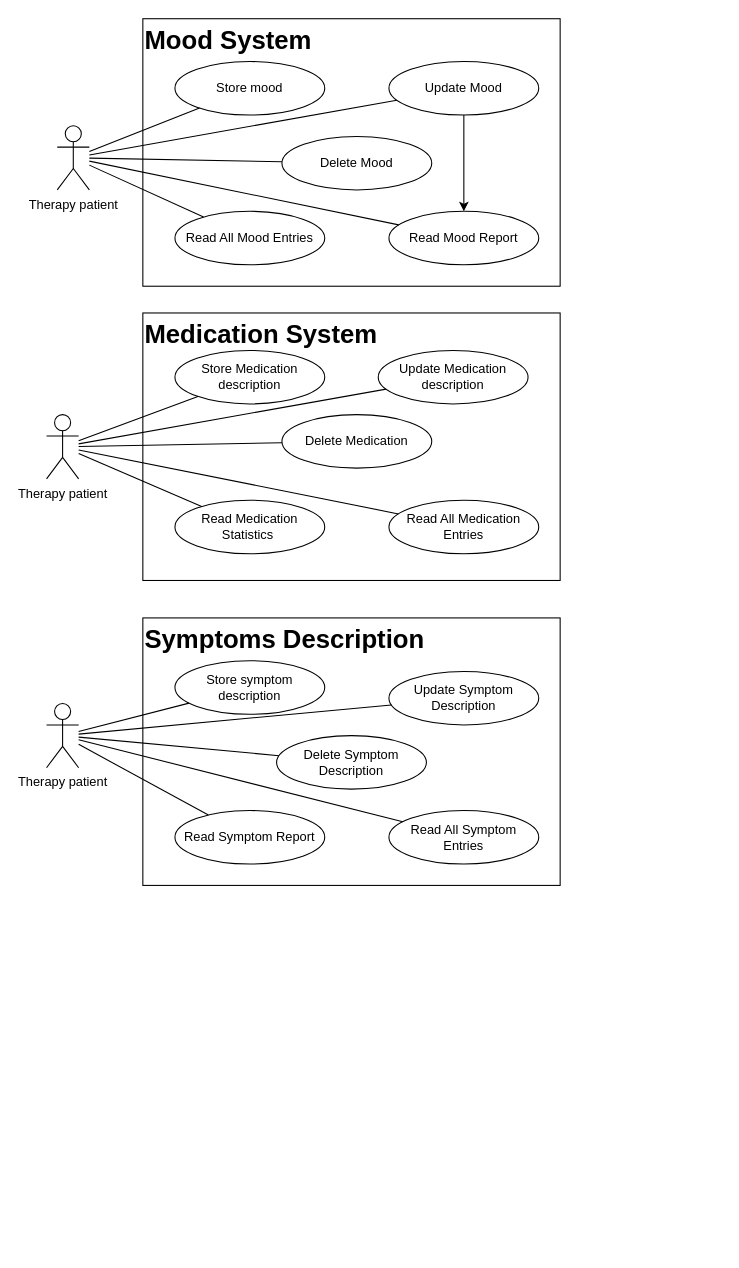
This is page "UseCaseV1" (2 of 12) of cs4471_group_project.drawio from Jon-AL/4471---Therapy-Support-App, a draw.io file, before an edit. Source tidied: cells renumbered, new cells numbered last; positions are measured from the earlier drawing's top-left corner, leaving out a move shared by most shapes. Both pictures are drawn from the tidied source at 107%, with x=0, y=0 at pixel (46, 18).
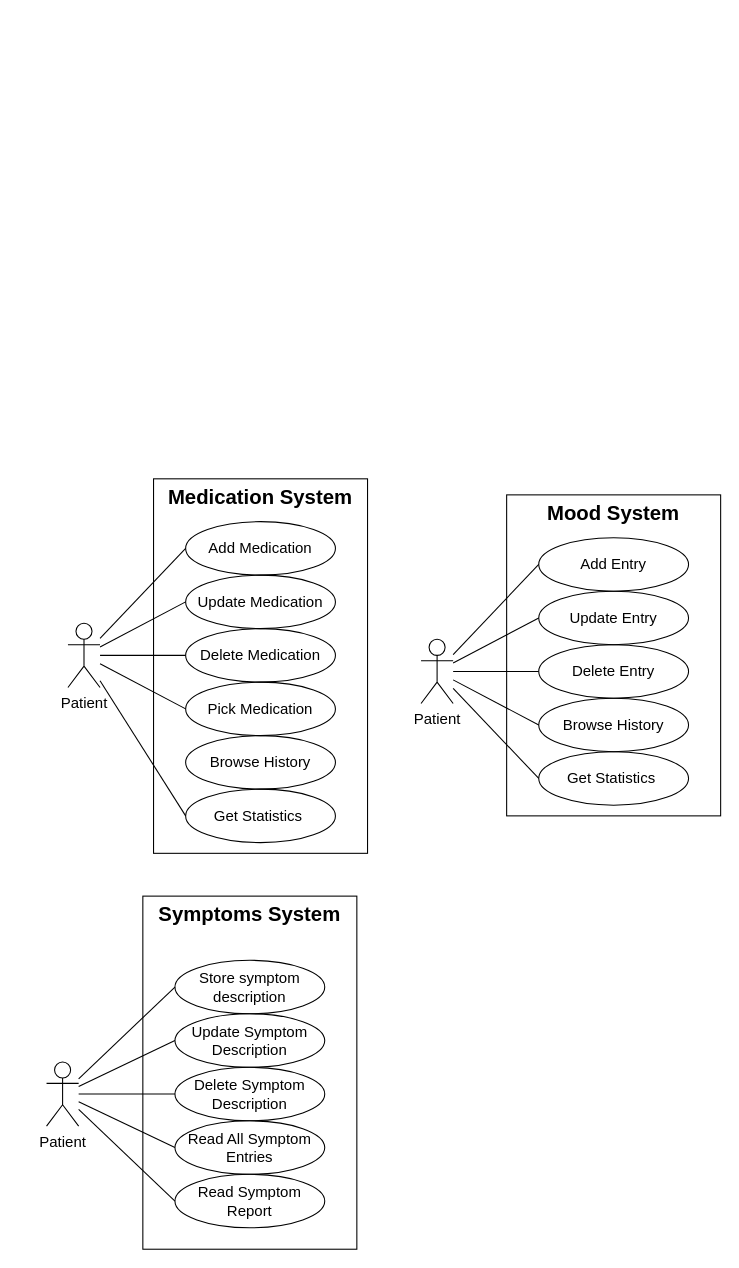
The same page after the edit.

What changed in the source:
```diff
@@
-    <mxCell id="2" value="&lt;span style=&quot;font-weight: 700 ; font-size: 24px ; font-family: &amp;#34;helvetica&amp;#34;&quot;&gt;Symptoms Description&lt;/span&gt;" style="rounded=0;whiteSpace=wrap;html=1;verticalAlign=top;align=left;labelPosition=center;verticalLabelPosition=middle;fillColor=none;" parent="1" vertex="1">
-      <mxGeometry x="90" y="560" width="390" height="250" as="geometry" />
+    <mxCell id="2" value="&lt;span style=&quot;font-weight: 700 ; font-size: 19px ; font-family: &amp;#34;helvetica&amp;#34;&quot;&gt;Symptoms System&lt;/span&gt;" style="rounded=0;whiteSpace=wrap;html=1;verticalAlign=top;align=center;labelPosition=center;verticalLabelPosition=middle;fillColor=none;fontSize=19;" parent="1" vertex="1">
+      <mxGeometry x="90" y="820" width="200" height="330" as="geometry" />
     </mxCell>
-    <mxCell id="3" value="&lt;span style=&quot;font-family: &amp;#34;helvetica&amp;#34; ; font-size: 24px ; font-weight: 700&quot;&gt;Medication System&lt;/span&gt;" style="rounded=0;whiteSpace=wrap;html=1;verticalAlign=top;align=left;labelPosition=center;verticalLabelPosition=middle;fillColor=none;" parent="1" vertex="1">
-      <mxGeometry x="90" y="275" width="390" height="250" as="geometry" />
+    <mxCell id="3" value="&lt;span style=&quot;font-family: helvetica; font-size: 19px; font-weight: 700;&quot;&gt;Medication System&lt;/span&gt;" style="rounded=0;whiteSpace=wrap;html=1;verticalAlign=top;align=center;labelPosition=center;verticalLabelPosition=middle;fillColor=none;fontSize=19;" parent="1" vertex="1">
+      <mxGeometry x="100" y="430" width="200" height="350" as="geometry" />
     </mxCell>
-    <mxCell id="4" value="Therapy patient" style="shape=umlActor;verticalLabelPosition=bottom;verticalAlign=top;html=1;outlineConnect=0;" parent="1" vertex="1">
-      <mxGeometry x="10" y="100" width="30" height="60" as="geometry" />
-    </mxCell>
-    <mxCell id="5" value="&lt;span style=&quot;font-family: &amp;quot;helvetica&amp;quot; ; font-size: 24px ; font-weight: 700&quot;&gt;Mood System&lt;br&gt;&lt;/span&gt;" style="rounded=0;whiteSpace=wrap;html=1;verticalAlign=top;align=left;labelPosition=center;verticalLabelPosition=middle;" parent="1" vertex="1">
-      <mxGeometry x="90" width="390" height="250" as="geometry" />
-    </mxCell>
-    <mxCell id="6" value="Store mood" style="ellipse;whiteSpace=wrap;html=1;" parent="1" vertex="1">
-      <mxGeometry x="120" y="40" width="140" height="50" as="geometry" />
-    </mxCell>
-    <mxCell id="7" value="Delete Mood" style="ellipse;whiteSpace=wrap;html=1;" parent="1" vertex="1">
-      <mxGeometry x="220" y="110" width="140" height="50" as="geometry" />
-    </mxCell>
-    <mxCell id="8" style="edgeStyle=orthogonalEdgeStyle;rounded=0;jettySize=auto;html=1;" parent="1" edge="1" source="9" target="15">
-      <mxGeometry relative="1" as="geometry" />
-    </mxCell>
-    <mxCell id="9" value="Update Mood" style="ellipse;whiteSpace=wrap;html=1;" parent="1" vertex="1">
-      <mxGeometry x="320" y="40" width="140" height="50" as="geometry" />
-    </mxCell>
-    <mxCell id="10" value="&lt;div&gt;Read All Mood Entries&lt;br&gt;&lt;/div&gt;" style="ellipse;whiteSpace=wrap;html=1;" parent="1" vertex="1">
-      <mxGeometry x="120" y="180" width="140" height="50" as="geometry" />
-    </mxCell>
-    <mxCell id="11" style="endArrow=none;html=1;rounded=0;" parent="1" edge="1" source="4" target="6">
-      <mxGeometry relative="1" as="geometry" />
-    </mxCell>
-    <mxCell id="12" style="endArrow=none;html=1;rounded=0;" parent="1" edge="1" source="4" target="9">
-      <mxGeometry relative="1" as="geometry" />
-    </mxCell>
-    <mxCell id="13" style="endArrow=none;html=1;rounded=0;" parent="1" edge="1" source="4" target="7">
-      <mxGeometry relative="1" as="geometry" />
-    </mxCell>
-    <mxCell id="14" style="endArrow=none;html=1;rounded=0;" parent="1" edge="1" source="4" target="10">
-      <mxGeometry relative="1" as="geometry" />
-    </mxCell>
-    <mxCell id="15" value="Read Mood Report" style="ellipse;whiteSpace=wrap;html=1;" parent="1" vertex="1">
-      <mxGeometry x="320" y="180" width="140" height="50" as="geometry" />
-    </mxCell>
-    <mxCell id="16" style="endArrow=none;html=1;rounded=0;" parent="1" edge="1" source="15" target="4">
-      <mxGeometry relative="1" as="geometry" />
-    </mxCell>
-    <mxCell id="17" value="Therapy patient" style="shape=umlActor;verticalLabelPosition=bottom;verticalAlign=top;html=1;outlineConnect=0;fillColor=none;" parent="1" vertex="1">
-      <mxGeometry y="370" width="30" height="60" as="geometry" />
+    <mxCell id="17" value="Patient" style="shape=umlActor;verticalLabelPosition=bottom;verticalAlign=top;html=1;outlineConnect=0;fillColor=none;fontSize=14;" parent="1" vertex="1">
+      <mxGeometry x="20" y="565" width="30" height="60" as="geometry" />
     </mxCell>
-    <mxCell id="18" value="Store Medication&lt;br&gt;description" style="ellipse;whiteSpace=wrap;html=1;fillColor=none;" parent="1" vertex="1">
-      <mxGeometry x="120" y="310" width="140" height="50" as="geometry" />
+    <mxCell id="18" value="Add Medication" style="ellipse;whiteSpace=wrap;html=1;fillColor=none;fontSize=14;" parent="1" vertex="1">
+      <mxGeometry x="130" y="470" width="140" height="50" as="geometry" />
     </mxCell>
-    <mxCell id="19" value="Delete Medication" style="ellipse;whiteSpace=wrap;html=1;fillColor=none;" parent="1" vertex="1">
-      <mxGeometry x="220" y="370" width="140" height="50" as="geometry" />
+    <mxCell id="19" value="Delete Medication" style="ellipse;whiteSpace=wrap;html=1;fillColor=none;fontSize=14;" parent="1" vertex="1">
+      <mxGeometry x="130" y="570" width="140" height="50" as="geometry" />
     </mxCell>
-    <mxCell id="20" value="Update Medication&lt;br&gt;description" style="ellipse;whiteSpace=wrap;html=1;fillColor=none;" parent="1" vertex="1">
-      <mxGeometry x="310" y="310" width="140" height="50" as="geometry" />
+    <mxCell id="20" value="Update Medication" style="ellipse;whiteSpace=wrap;html=1;fillColor=none;fontSize=14;" parent="1" vertex="1">
+      <mxGeometry x="130" y="520" width="140" height="50" as="geometry" />
     </mxCell>
-    <mxCell id="21" value="&lt;div&gt;Read All Medication Entries&lt;br&gt;&lt;/div&gt;" style="ellipse;whiteSpace=wrap;html=1;fillColor=none;" parent="1" vertex="1">
-      <mxGeometry x="320" y="450" width="140" height="50" as="geometry" />
+    <mxCell id="21" value="&lt;div style=&quot;font-size: 14px&quot;&gt;Pick Medication&lt;br style=&quot;font-size: 14px&quot;&gt;&lt;/div&gt;" style="ellipse;whiteSpace=wrap;html=1;fillColor=none;fontSize=14;" parent="1" vertex="1">
+      <mxGeometry x="130" y="620" width="140" height="50" as="geometry" />
     </mxCell>
-    <mxCell id="22" style="endArrow=none;html=1;rounded=0;fillColor=none;" parent="1" edge="1" source="17" target="18">
+    <mxCell id="22" style="endArrow=none;html=1;rounded=0;fillColor=none;entryX=0;entryY=0.5;entryDx=0;entryDy=0;fontSize=14;" parent="1" edge="1" source="17" target="18">
       <mxGeometry relative="1" as="geometry" />
     </mxCell>
-    <mxCell id="23" style="endArrow=none;html=1;rounded=0;fillColor=none;" parent="1" edge="1" source="17" target="20">
+    <mxCell id="23" style="endArrow=none;html=1;rounded=0;fillColor=none;entryX=0;entryY=0.5;entryDx=0;entryDy=0;fontSize=14;" parent="1" edge="1" source="17" target="20">
       <mxGeometry relative="1" as="geometry" />
     </mxCell>
-    <mxCell id="24" style="endArrow=none;html=1;rounded=0;fillColor=none;" parent="1" edge="1" source="17" target="19">
+    <mxCell id="24" style="endArrow=none;html=1;rounded=0;fillColor=none;entryX=0;entryY=0.5;entryDx=0;entryDy=0;fontSize=14;" parent="1" edge="1" source="17" target="19">
       <mxGeometry relative="1" as="geometry" />
     </mxCell>
-    <mxCell id="25" style="endArrow=none;html=1;rounded=0;fillColor=none;" parent="1" edge="1" source="17" target="21">
+    <mxCell id="25" style="endArrow=none;html=1;rounded=0;fillColor=none;entryX=0;entryY=0.5;entryDx=0;entryDy=0;fontSize=14;" parent="1" edge="1" source="17" target="21">
       <mxGeometry relative="1" as="geometry" />
     </mxCell>
-    <mxCell id="26" value="Read Medication Statistics&amp;nbsp;" style="ellipse;whiteSpace=wrap;html=1;fillColor=none;" parent="1" vertex="1">
-      <mxGeometry x="120" y="450" width="140" height="50" as="geometry" />
+    <mxCell id="26" value="Get Statistics&amp;nbsp;" style="ellipse;whiteSpace=wrap;html=1;fillColor=none;fontSize=14;" parent="1" vertex="1">
+      <mxGeometry x="130" y="720" width="140" height="50" as="geometry" />
     </mxCell>
-    <mxCell id="27" style="endArrow=none;html=1;rounded=0;fillColor=none;" parent="1" edge="1" source="26" target="17">
+    <mxCell id="27" style="endArrow=none;html=1;rounded=0;fillColor=none;exitX=0;exitY=0.5;exitDx=0;exitDy=0;fontSize=14;" parent="1" edge="1" source="26" target="17">
       <mxGeometry relative="1" as="geometry" />
     </mxCell>
-    <mxCell id="28" value="Therapy patient" style="shape=umlActor;verticalLabelPosition=bottom;verticalAlign=top;html=1;outlineConnect=0;fillColor=none;" parent="1" vertex="1">
-      <mxGeometry y="640" width="30" height="60" as="geometry" />
+    <mxCell id="28" value="Patient" style="shape=umlActor;verticalLabelPosition=bottom;verticalAlign=top;html=1;outlineConnect=0;fillColor=none;fontSize=14;" parent="1" vertex="1">
+      <mxGeometry y="975" width="30" height="60" as="geometry" />
     </mxCell>
-    <mxCell id="29" value="Store symptom description" style="ellipse;whiteSpace=wrap;html=1;fillColor=none;" parent="1" vertex="1">
-      <mxGeometry x="120" y="600" width="140" height="50" as="geometry" />
+    <mxCell id="29" value="Store symptom description" style="ellipse;whiteSpace=wrap;html=1;fillColor=none;fontSize=14;" parent="1" vertex="1">
+      <mxGeometry x="120" y="880" width="140" height="50" as="geometry" />
     </mxCell>
-    <mxCell id="30" value="Delete Symptom&lt;br&gt;Description" style="ellipse;whiteSpace=wrap;html=1;fillColor=none;" parent="1" vertex="1">
-      <mxGeometry x="215" y="670" width="140" height="50" as="geometry" />
+    <mxCell id="30" value="Delete Symptom&lt;br style=&quot;font-size: 14px;&quot;&gt;Description" style="ellipse;whiteSpace=wrap;html=1;fillColor=none;fontSize=14;" parent="1" vertex="1">
+      <mxGeometry x="120" y="980" width="140" height="50" as="geometry" />
     </mxCell>
-    <mxCell id="31" value="Update Symptom&lt;br&gt;Description" style="ellipse;whiteSpace=wrap;html=1;fillColor=none;" parent="1" vertex="1">
-      <mxGeometry x="320" y="610" width="140" height="50" as="geometry" />
+    <mxCell id="31" value="Update Symptom&lt;br style=&quot;font-size: 14px;&quot;&gt;Description" style="ellipse;whiteSpace=wrap;html=1;fillColor=none;fontSize=14;" parent="1" vertex="1">
+      <mxGeometry x="120" y="930" width="140" height="50" as="geometry" />
     </mxCell>
-    <mxCell id="32" value="&lt;div&gt;Read All Symptom Entries&lt;br&gt;&lt;/div&gt;" style="ellipse;whiteSpace=wrap;html=1;fillColor=none;" parent="1" vertex="1">
-      <mxGeometry x="320" y="740" width="140" height="50" as="geometry" />
+    <mxCell id="32" value="&lt;div style=&quot;font-size: 14px;&quot;&gt;Read All Symptom Entries&lt;br style=&quot;font-size: 14px;&quot;&gt;&lt;/div&gt;" style="ellipse;whiteSpace=wrap;html=1;fillColor=none;fontSize=14;" parent="1" vertex="1">
+      <mxGeometry x="120" y="1030" width="140" height="50" as="geometry" />
     </mxCell>
-    <mxCell id="33" style="endArrow=none;html=1;rounded=0;fillColor=none;" parent="1" edge="1" source="28" target="29">
+    <mxCell id="33" style="endArrow=none;html=1;rounded=0;fillColor=none;entryX=0;entryY=0.5;entryDx=0;entryDy=0;fontSize=14;" parent="1" edge="1" source="28" target="29">
       <mxGeometry relative="1" as="geometry" />
     </mxCell>
-    <mxCell id="34" style="endArrow=none;html=1;rounded=0;fillColor=none;" parent="1" edge="1" source="28" target="31">
+    <mxCell id="34" style="endArrow=none;html=1;rounded=0;fillColor=none;entryX=0;entryY=0.5;entryDx=0;entryDy=0;fontSize=14;" parent="1" edge="1" source="28" target="31">
       <mxGeometry relative="1" as="geometry" />
     </mxCell>
-    <mxCell id="35" style="endArrow=none;html=1;rounded=0;fillColor=none;" parent="1" edge="1" source="28" target="30">
+    <mxCell id="35" style="endArrow=none;html=1;rounded=0;fillColor=none;entryX=0;entryY=0.5;entryDx=0;entryDy=0;fontSize=14;" parent="1" edge="1" source="28" target="30">
       <mxGeometry relative="1" as="geometry" />
     </mxCell>
-    <mxCell id="36" style="endArrow=none;html=1;rounded=0;fillColor=none;" parent="1" edge="1" source="28" target="32">
+    <mxCell id="36" style="endArrow=none;html=1;rounded=0;fillColor=none;entryX=0;entryY=0.5;entryDx=0;entryDy=0;fontSize=14;" parent="1" edge="1" source="28" target="32">
       <mxGeometry relative="1" as="geometry" />
     </mxCell>
-    <mxCell id="37" value="Read Symptom Report" style="ellipse;whiteSpace=wrap;html=1;fillColor=none;" parent="1" vertex="1">
-      <mxGeometry x="120" y="740" width="140" height="50" as="geometry" />
+    <mxCell id="37" value="Read Symptom Report" style="ellipse;whiteSpace=wrap;html=1;fillColor=none;fontSize=14;" parent="1" vertex="1">
+      <mxGeometry x="120" y="1080" width="140" height="50" as="geometry" />
     </mxCell>
-    <mxCell id="38" style="endArrow=none;html=1;rounded=0;fillColor=none;" parent="1" edge="1" source="37" target="28">
+    <mxCell id="38" style="endArrow=none;html=1;rounded=0;fillColor=none;exitX=0;exitY=0.5;exitDx=0;exitDy=0;fontSize=14;" parent="1" edge="1" source="37" target="28">
       <mxGeometry relative="1" as="geometry" />
     </mxCell>
+    <mxCell id="5" value="&lt;span style=&quot;font-family: &amp;#34;helvetica&amp;#34; ; font-size: 19px ; font-weight: 700&quot;&gt;Mood System&lt;/span&gt;" style="rounded=0;whiteSpace=wrap;html=1;verticalAlign=top;align=center;labelPosition=center;verticalLabelPosition=middle;fillColor=none;fontSize=19;" parent="1" vertex="1">
+      <mxGeometry x="430" y="445" width="200" height="300" as="geometry" />
+    </mxCell>
+    <mxCell id="39" value="Patient" style="shape=umlActor;verticalLabelPosition=bottom;verticalAlign=top;html=1;outlineConnect=0;fillColor=none;fontSize=14;" parent="1" vertex="1">
+      <mxGeometry x="350" y="580" width="30" height="60" as="geometry" />
+    </mxCell>
+    <mxCell id="40" value="Add Entry" style="ellipse;whiteSpace=wrap;html=1;fillColor=none;fontSize=14;" parent="1" vertex="1">
+      <mxGeometry x="460" y="485" width="140" height="50" as="geometry" />
+    </mxCell>
+    <mxCell id="41" value="Delete Entry" style="ellipse;whiteSpace=wrap;html=1;fillColor=none;fontSize=14;" parent="1" vertex="1">
+      <mxGeometry x="460" y="585" width="140" height="50" as="geometry" />
+    </mxCell>
+    <mxCell id="42" value="Update Entry" style="ellipse;whiteSpace=wrap;html=1;fillColor=none;fontSize=14;" parent="1" vertex="1">
+      <mxGeometry x="460" y="535" width="140" height="50" as="geometry" />
+    </mxCell>
+    <mxCell id="43" value="&lt;div style=&quot;font-size: 14px&quot;&gt;Browse History&lt;br style=&quot;font-size: 14px&quot;&gt;&lt;/div&gt;" style="ellipse;whiteSpace=wrap;html=1;fillColor=none;fontSize=14;" parent="1" vertex="1">
+      <mxGeometry x="460" y="635" width="140" height="50" as="geometry" />
+    </mxCell>
+    <mxCell id="44" style="endArrow=none;html=1;rounded=0;fillColor=none;entryX=0;entryY=0.5;entryDx=0;entryDy=0;fontSize=14;" parent="1" edge="1" source="39" target="40">
+      <mxGeometry relative="1" as="geometry" />
+    </mxCell>
+    <mxCell id="45" style="endArrow=none;html=1;rounded=0;fillColor=none;entryX=0;entryY=0.5;entryDx=0;entryDy=0;fontSize=14;" parent="1" edge="1" source="39" target="42">
+      <mxGeometry relative="1" as="geometry" />
+    </mxCell>
+    <mxCell id="46" style="endArrow=none;html=1;rounded=0;fillColor=none;entryX=0;entryY=0.5;entryDx=0;entryDy=0;fontSize=14;" parent="1" edge="1" source="39" target="41">
+      <mxGeometry relative="1" as="geometry" />
+    </mxCell>
+    <mxCell id="47" style="endArrow=none;html=1;rounded=0;fillColor=none;entryX=0;entryY=0.5;entryDx=0;entryDy=0;fontSize=14;" parent="1" edge="1" source="39" target="43">
+      <mxGeometry relative="1" as="geometry" />
+    </mxCell>
+    <mxCell id="48" value="Get Statistics&amp;nbsp;" style="ellipse;whiteSpace=wrap;html=1;fillColor=none;fontSize=14;" parent="1" vertex="1">
+      <mxGeometry x="460" y="685" width="140" height="50" as="geometry" />
+    </mxCell>
+    <mxCell id="49" style="endArrow=none;html=1;rounded=0;fillColor=none;exitX=0;exitY=0.5;exitDx=0;exitDy=0;fontSize=14;" parent="1" edge="1" source="48" target="39">
+      <mxGeometry relative="1" as="geometry" />
+    </mxCell>
+    <mxCell id="50" value="Browse History" style="ellipse;whiteSpace=wrap;html=1;fillColor=none;fontSize=14;" parent="1" vertex="1">
+      <mxGeometry x="130" y="670" width="140" height="50" as="geometry" />
+    </mxCell>
```
